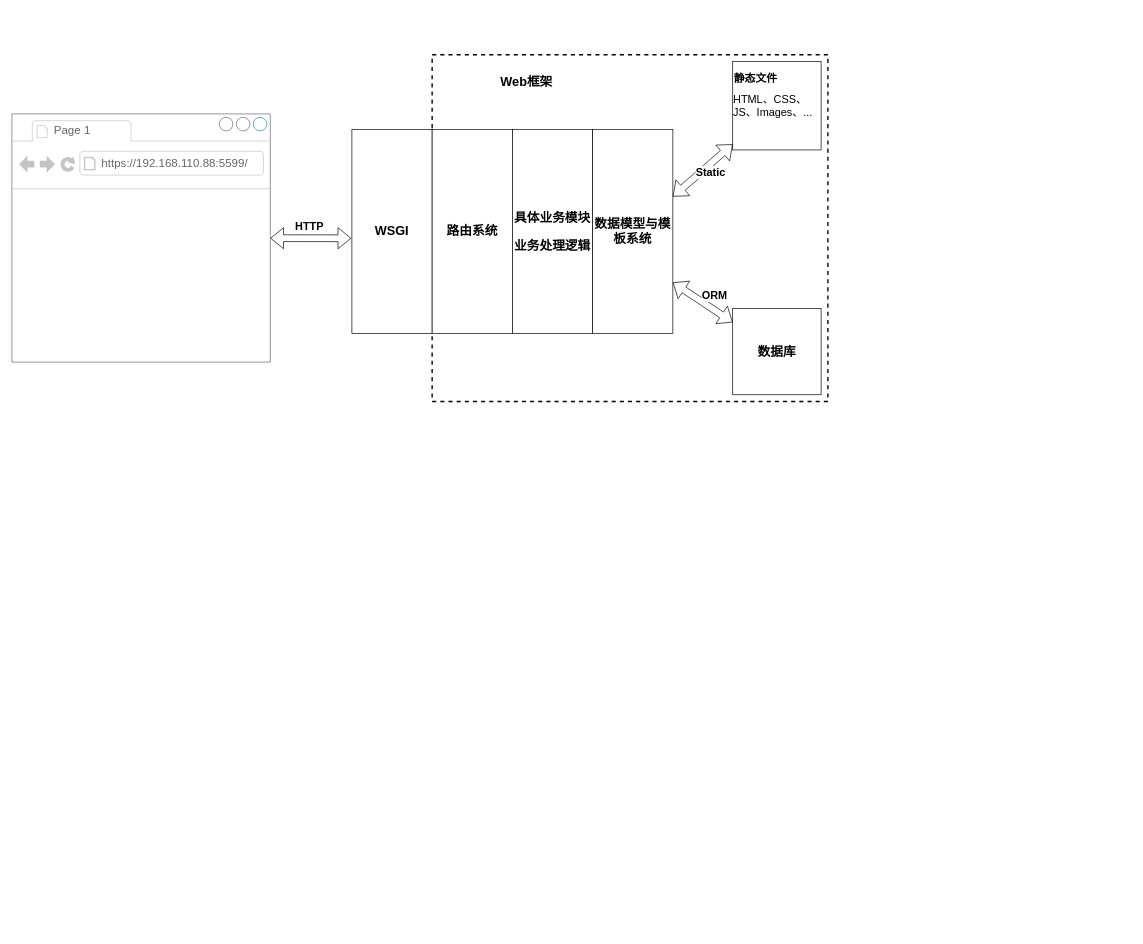
Above: page "服务端架构" (3 of 4) of 未命名表单.drawio in pantsli/blog (draw.io), before the change. Source tidied: cells renumbered, new cells numbered last; positions are measured from the earlier drawing's top-left corner, leaving out a move shared by most shapes. Both pictures are drawn from the tidied source at 68%, with x=0, y=0 at pixel (12, 54).
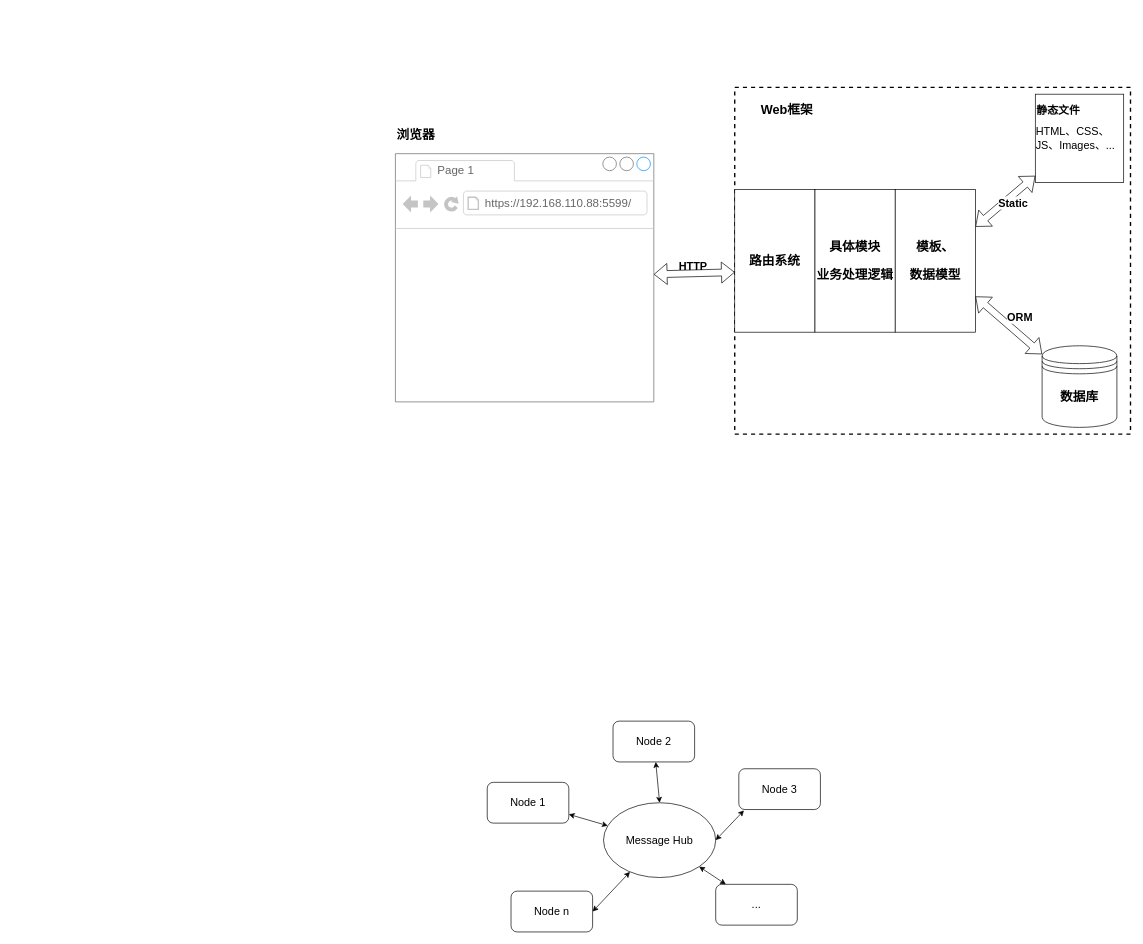
Above is the later version.

Commit message:
更新未命名表单.drawio

Change to the diagram source:
```diff
@@
+    <mxCell id="21" style="group;" parent="1" vertex="1">
+      <mxGeometry x="564" y="48" width="1081" height="510" as="geometry" />
+    </mxCell>
-    <mxCell id="2" style="strokeWidth=1;shadow=0;dashed=0;align=center;html=1;shape=mxgraph.mockup.containers.browserWindow;rSize=0;fillColor=#ffffff;strokeColor=#666666;strokeColor2=#008cff;strokeColor3=#c4c4c4;mainText=,;labelBackgroundColor=none;fontSize=16;fontColor=none;" parent="1" vertex="1">
-      <mxGeometry y="87" width="380" height="365" as="geometry" />
+    <mxCell id="2" style="strokeWidth=1;shadow=0;dashed=0;align=center;html=1;shape=mxgraph.mockup.containers.browserWindow;rSize=0;fillColor=#ffffff;strokeColor=#666666;strokeColor2=#008cff;strokeColor3=#c4c4c4;mainText=,;labelBackgroundColor=none;fontSize=16;fontColor=none;" parent="21" vertex="1">
+      <mxGeometry y="97.5" width="380" height="365" as="geometry" />
     </mxCell>
@@
-    <mxCell id="5" value="&lt;h3&gt;&lt;br&gt;&lt;/h3&gt;" style="rounded=0;whiteSpace=wrap;html=1;labelBackgroundColor=none;fillColor=#ffffff;fontSize=16;fontColor=none;align=center;labelPosition=center;verticalLabelPosition=top;verticalAlign=bottom;dashed=1;strokeWidth=2;" parent="1" vertex="1">
-      <mxGeometry x="618" width="582" height="510" as="geometry" />
+    <mxCell id="5" value="&lt;h3&gt;&lt;br&gt;&lt;/h3&gt;" style="rounded=0;whiteSpace=wrap;html=1;labelBackgroundColor=none;fillColor=#ffffff;fontSize=16;fontColor=none;align=center;labelPosition=center;verticalLabelPosition=top;verticalAlign=bottom;dashed=1;strokeWidth=2;" parent="21" vertex="1">
+      <mxGeometry x="499" width="582" height="510" as="geometry" />
     </mxCell>
-    <mxCell id="6" style="group;" parent="1" vertex="1">
-      <mxGeometry x="500" y="110" width="472" height="300" as="geometry" />
-    </mxCell>
-    <mxCell id="7" value="&lt;h3&gt;WSGI&lt;/h3&gt;" style="rounded=0;whiteSpace=wrap;html=1;labelBackgroundColor=none;fillColor=#ffffff;fontSize=16;fontColor=none;align=center;" parent="6" vertex="1">
-      <mxGeometry width="118" height="300" as="geometry" />
-    </mxCell>
+    <mxCell id="11" value="&lt;h3&gt;Web框架&lt;/h3&gt;" style="text;html=1;strokeColor=none;fillColor=none;align=center;verticalAlign=middle;whiteSpace=wrap;rounded=0;dashed=1;labelBackgroundColor=none;fontSize=16;fontColor=none;" parent="21" vertex="1">
+      <mxGeometry x="499" y="3" width="154" height="60" as="geometry" />
+    </mxCell>
+    <mxCell id="12" value="HTML、CSS、JS、Images、...&lt;br&gt;" style="rounded=0;whiteSpace=wrap;html=1;labelBackgroundColor=none;strokeWidth=1;fillColor=#ffffff;fontSize=16;fontColor=none;align=left;spacing=1;" parent="21" vertex="1">
+      <mxGeometry x="941" y="10" width="130" height="130" as="geometry" />
+    </mxCell>
+    <mxCell id="13" value="&lt;b&gt;静态文件&lt;/b&gt;" style="text;html=1;fontSize=16;fontColor=none;" parent="21" vertex="1">
+      <mxGeometry x="941" y="18" width="90" height="30" as="geometry" />
+    </mxCell>
+    <mxCell id="15" style="shape=flexArrow;endArrow=classic;startArrow=classic;html=1;strokeColor=#000000;fontSize=16;fontColor=none;" parent="21" edge="1" source="10" target="12">
+      <mxGeometry relative="1" as="geometry" />
+    </mxCell>
+    <mxCell id="16" value="Static" style="text;html=1;align=left;verticalAlign=middle;labelBackgroundColor=#ffffff;fontSize=16;fontColor=none;fontStyle=1;" parent="15" vertex="1">
+      <mxGeometry x="-0.2" y="7" relative="1" as="geometry">
+        <mxPoint x="1" as="offset" />
+      </mxGeometry>
+    </mxCell>
+    <mxCell id="19" style="shape=flexArrow;endArrow=classic;startArrow=classic;html=1;strokeColor=#000000;fontSize=16;fontColor=none;entryX=-0.008;entryY=0.533;entryDx=0;entryDy=0;entryPerimeter=0;" parent="21" edge="1" source="2">
+      <mxGeometry relative="1" as="geometry">
+        <mxPoint x="499" y="271.8" as="targetPoint" />
+      </mxGeometry>
+    </mxCell>
+    <mxCell id="20" value="&lt;b&gt;HTTP&lt;/b&gt;" style="text;html=1;align=left;verticalAlign=top;spacingTop=-4;fontSize=16;fontColor=none;" parent="21" vertex="1">
+      <mxGeometry x="415" y="250.5" width="60" height="20" as="geometry" />
+    </mxCell>
+    <mxCell id="14" value="&lt;h3 style=&quot;white-space: normal;&quot;&gt;数据库&lt;/h3&gt;" style="shape=datastore;whiteSpace=wrap;html=1;labelBackgroundColor=none;strokeWidth=1;fillColor=#ffffff;fontSize=16;fontColor=none;align=center;verticalAlign=top;" parent="21" vertex="1">
+      <mxGeometry x="951" y="380" width="110" height="120" as="geometry" />
+    </mxCell>
+    <mxCell id="22" value="&lt;h3&gt;浏览器&lt;/h3&gt;" style="text;html=1;align=left;verticalAlign=top;spacingTop=-4;fontSize=16;fontColor=none;" parent="21" vertex="1">
+      <mxGeometry y="37.5" width="70" height="60" as="geometry" />
+    </mxCell>
-    <mxCell id="8" value="&lt;h3&gt;路由系统&lt;/h3&gt;" style="rounded=0;whiteSpace=wrap;html=1;labelBackgroundColor=none;fillColor=#ffffff;fontSize=16;fontColor=none;align=center;" parent="6" vertex="1">
-      <mxGeometry x="118" width="118" height="300" as="geometry" />
+    <mxCell id="8" value="&lt;h3&gt;路由系统&lt;/h3&gt;" style="rounded=0;whiteSpace=wrap;html=1;labelBackgroundColor=none;fillColor=#ffffff;fontSize=16;fontColor=none;align=center;" parent="21" vertex="1">
+      <mxGeometry x="499" y="150" width="118" height="210" as="geometry" />
     </mxCell>
-    <mxCell id="9" value="&lt;h3&gt;具体业务模块&lt;/h3&gt;&lt;h3&gt;业务处理逻辑&lt;/h3&gt;" style="rounded=0;whiteSpace=wrap;html=1;labelBackgroundColor=none;fillColor=#ffffff;fontSize=16;fontColor=none;align=center;" parent="6" vertex="1">
-      <mxGeometry x="236" width="118" height="300" as="geometry" />
+    <mxCell id="9" value="&lt;h3&gt;具体模块&lt;/h3&gt;&lt;h3&gt;业务处理逻辑&lt;/h3&gt;" style="rounded=0;whiteSpace=wrap;html=1;labelBackgroundColor=none;fillColor=#ffffff;fontSize=16;fontColor=none;align=center;" parent="21" vertex="1">
+      <mxGeometry x="617" y="150" width="118" height="210" as="geometry" />
     </mxCell>
-    <mxCell id="10" value="&lt;h3&gt;数据模型与模板系统&lt;/h3&gt;" style="rounded=0;whiteSpace=wrap;html=1;labelBackgroundColor=none;fillColor=#ffffff;fontSize=16;fontColor=none;align=center;" parent="6" vertex="1">
-      <mxGeometry x="354" width="118" height="300" as="geometry" />
+    <mxCell id="10" value="&lt;h3&gt;模板、&lt;/h3&gt;&lt;div&gt;&lt;h3&gt;数据模型&lt;/h3&gt;&lt;/div&gt;" style="rounded=0;whiteSpace=wrap;html=1;labelBackgroundColor=none;fillColor=#ffffff;fontSize=16;fontColor=none;align=center;" parent="21" vertex="1">
+      <mxGeometry x="735" y="150" width="118" height="210" as="geometry" />
     </mxCell>
-    <mxCell id="11" value="&lt;h3&gt;Web框架&lt;/h3&gt;" style="text;html=1;strokeColor=none;fillColor=none;align=center;verticalAlign=middle;whiteSpace=wrap;rounded=0;dashed=1;labelBackgroundColor=none;fontSize=16;fontColor=none;" parent="1" vertex="1">
-      <mxGeometry x="636" y="10" width="242" height="60" as="geometry" />
-    </mxCell>
-    <mxCell id="12" value="HTML、CSS、JS、Images、...&lt;br&gt;" style="rounded=0;whiteSpace=wrap;html=1;labelBackgroundColor=none;strokeWidth=1;fillColor=#ffffff;fontSize=16;fontColor=none;align=left;spacing=1;" parent="1" vertex="1">
-      <mxGeometry x="1060" y="10" width="130" height="130" as="geometry" />
-    </mxCell>
-    <mxCell id="13" value="&lt;b&gt;静态文件&lt;/b&gt;" style="text;html=1;fontSize=16;fontColor=none;" parent="1" vertex="1">
-      <mxGeometry x="1060" y="18" width="90" height="30" as="geometry" />
-    </mxCell>
-    <mxCell id="14" value="&lt;h3&gt;数据库&lt;/h3&gt;" style="rounded=0;whiteSpace=wrap;html=1;labelBackgroundColor=none;strokeWidth=1;fillColor=#ffffff;fontSize=16;fontColor=none;align=center;" parent="1" vertex="1">
-      <mxGeometry x="1060" y="373" width="130" height="127" as="geometry" />
-    </mxCell>
-    <mxCell id="15" style="shape=flexArrow;endArrow=classic;startArrow=classic;html=1;strokeColor=#000000;fontSize=16;fontColor=none;" parent="1" edge="1" source="10" target="12">
-      <mxGeometry relative="1" as="geometry" />
-    </mxCell>
-    <mxCell id="16" value="Static" style="text;html=1;align=left;verticalAlign=middle;labelBackgroundColor=#ffffff;fontSize=16;fontColor=none;fontStyle=1;" parent="15" vertex="1">
-      <mxGeometry x="-0.2" y="7" relative="1" as="geometry">
-        <mxPoint x="1" as="offset" />
-      </mxGeometry>
-    </mxCell>
-    <mxCell id="17" style="shape=flexArrow;endArrow=classic;startArrow=classic;html=1;strokeColor=#000000;fontSize=16;fontColor=none;exitX=1;exitY=0.75;exitDx=0;exitDy=0;" parent="1" edge="1" source="10" target="14">
+    <mxCell id="17" style="shape=flexArrow;endArrow=classic;startArrow=classic;html=1;strokeColor=#000000;fontSize=16;fontColor=none;exitX=1;exitY=0.75;exitDx=0;exitDy=0;" parent="21" edge="1" source="10" target="14">
       <mxGeometry relative="1" as="geometry" />
     </mxCell>
@@
-    <mxCell id="19" style="shape=flexArrow;endArrow=classic;startArrow=classic;html=1;strokeColor=#000000;fontSize=16;fontColor=none;entryX=-0.008;entryY=0.533;entryDx=0;entryDy=0;entryPerimeter=0;" parent="1" edge="1" source="2" target="7">
-      <mxGeometry relative="1" as="geometry" />
-    </mxCell>
-    <mxCell id="20" value="&lt;b&gt;HTTP&lt;/b&gt;" style="text;html=1;align=left;verticalAlign=top;spacingTop=-4;fontSize=16;fontColor=none;" parent="1" vertex="1">
-      <mxGeometry x="415" y="240" width="60" height="20" as="geometry" />
-    </mxCell>
+    <mxCell id="23" value="Message Hub" style="ellipse;whiteSpace=wrap;html=1;labelBackgroundColor=none;strokeWidth=1;fillColor=#ffffff;fontSize=16;fontColor=none;align=center;" parent="1" vertex="1">
+      <mxGeometry x="870" y="1100" width="165" height="110" as="geometry" />
+    </mxCell>
+    <mxCell id="24" value="Node 1" style="rounded=1;whiteSpace=wrap;html=1;labelBackgroundColor=none;strokeWidth=1;fillColor=#ffffff;fontSize=16;fontColor=none;align=center;" parent="1" vertex="1">
+      <mxGeometry x="699" y="1070" width="120" height="60" as="geometry" />
+    </mxCell>
+    <mxCell id="25" value="&lt;span style=&quot;white-space: normal&quot;&gt;Node 2&lt;/span&gt;" style="rounded=1;whiteSpace=wrap;html=1;labelBackgroundColor=none;strokeWidth=1;fillColor=#ffffff;fontSize=16;fontColor=none;align=center;" parent="1" vertex="1">
+      <mxGeometry x="884" y="980" width="120" height="60" as="geometry" />
+    </mxCell>
+    <mxCell id="26" value="&lt;span style=&quot;white-space: normal&quot;&gt;Node 3&lt;/span&gt;" style="rounded=1;whiteSpace=wrap;html=1;labelBackgroundColor=none;strokeWidth=1;fillColor=#ffffff;fontSize=16;fontColor=none;align=center;" parent="1" vertex="1">
+      <mxGeometry x="1069" y="1050" width="120" height="60" as="geometry" />
+    </mxCell>
+    <mxCell id="27" value="..." style="rounded=1;whiteSpace=wrap;html=1;labelBackgroundColor=none;strokeWidth=1;fillColor=#ffffff;fontSize=16;fontColor=none;align=center;" parent="1" vertex="1">
+      <mxGeometry x="1035" y="1220" width="120" height="60" as="geometry" />
+    </mxCell>
+    <mxCell id="28" value="Node n" style="rounded=1;whiteSpace=wrap;html=1;labelBackgroundColor=none;strokeWidth=1;fillColor=#ffffff;fontSize=16;fontColor=none;align=center;" parent="1" vertex="1">
+      <mxGeometry x="734" y="1230" width="120" height="60" as="geometry" />
+    </mxCell>
+    <mxCell id="29" style="endArrow=classic;startArrow=classic;html=1;strokeColor=#000000;fontSize=16;fontColor=none;" parent="1" edge="1" source="23" target="24">
+      <mxGeometry relative="1" as="geometry" />
+    </mxCell>
+    <mxCell id="30" style="endArrow=classic;startArrow=classic;html=1;strokeColor=#000000;fontSize=16;fontColor=none;exitX=0.5;exitY=0;exitDx=0;exitDy=0;" parent="1" edge="1" source="23" target="25">
+      <mxGeometry relative="1" as="geometry" />
+    </mxCell>
+    <mxCell id="31" style="endArrow=classic;startArrow=classic;html=1;strokeColor=#000000;fontSize=16;fontColor=none;entryX=0.063;entryY=1.022;entryDx=0;entryDy=0;exitX=1;exitY=0.5;exitDx=0;exitDy=0;entryPerimeter=0;" parent="1" edge="1" source="23" target="26">
+      <mxGeometry relative="1" as="geometry" />
+    </mxCell>
+    <mxCell id="32" style="endArrow=classic;startArrow=classic;html=1;strokeColor=#000000;fontSize=16;fontColor=none;exitX=1;exitY=0.5;exitDx=0;exitDy=0;" parent="1" edge="1" source="28" target="23">
+      <mxGeometry relative="1" as="geometry" />
+    </mxCell>
+    <mxCell id="33" style="endArrow=classic;startArrow=classic;html=1;strokeColor=#000000;fontSize=16;fontColor=none;" parent="1" edge="1" source="27" target="23">
+      <mxGeometry relative="1" as="geometry" />
+    </mxCell>
```
